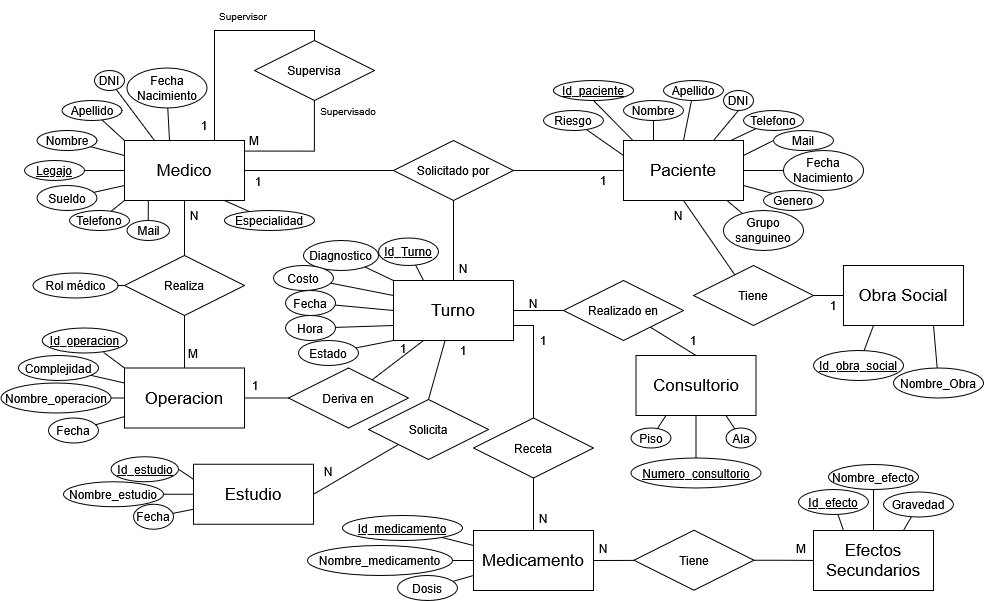
This is DER.png from agustinlp5/BBDDtpG10, a draw.io export, as it was before one commit. Source tidied: cells renumbered, new cells last; positions are measured from the earlier drawing's top-left corner, leaving out a move shared by most shapes.
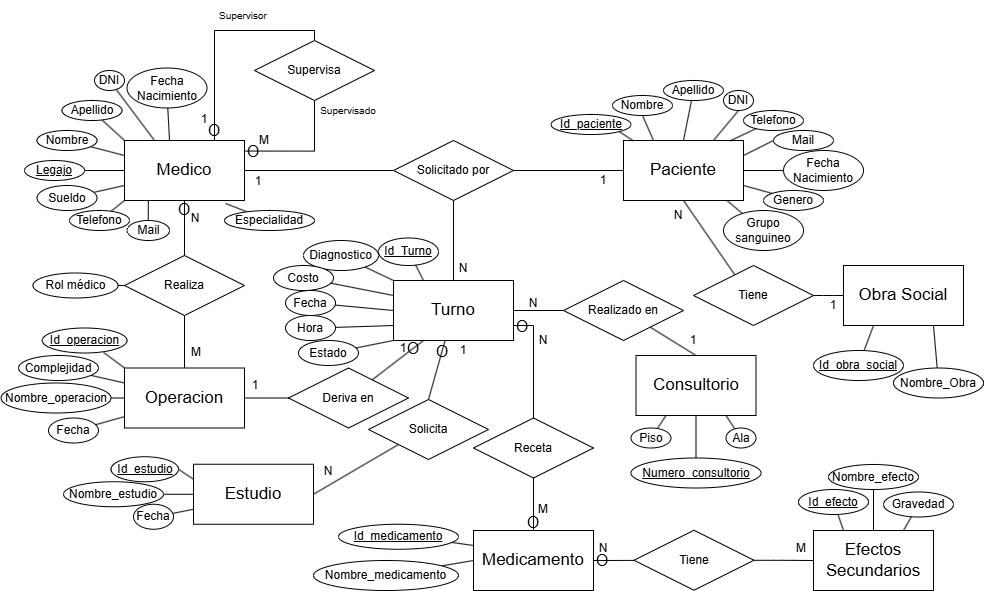
Later version of the same file.

Commit message:
Opcionalidad y actualizacion DER

What changed in the source:
```diff
@@ -104,16 +104,16 @@
       <mxGeometry x="562" y="280" width="120" height="60" as="geometry" />
     </mxCell>
     <mxCell id="34" value="&lt;u&gt;Id_paciente&lt;/u&gt;" style="ellipse;whiteSpace=wrap;html=1;" parent="1" vertex="1">
-      <mxGeometry x="552" y="80" width="80" height="20" as="geometry" />
+      <mxGeometry x="549.5" y="114" width="80" height="20" as="geometry" />
     </mxCell>
-    <mxCell id="35" style="jettySize=auto;html=1;entryX=0.08;entryY=0.003;entryDx=0;entryDy=0;entryPerimeter=0;endArrow=none;endFill=0;exitX=0.5;exitY=1;exitDx=0;exitDy=0;" parent="1" edge="1" source="34" target="12">
+    <mxCell id="35" style="jettySize=auto;html=1;entryX=0.08;entryY=0.003;entryDx=0;entryDy=0;entryPerimeter=0;endArrow=none;endFill=0;exitX=1;exitY=1;exitDx=0;exitDy=0;" parent="1" edge="1" source="34" target="12">
       <mxGeometry relative="1" as="geometry" />
     </mxCell>
     <mxCell id="36" style="jettySize=auto;html=1;entryX=0.25;entryY=0;entryDx=0;entryDy=0;endArrow=none;endFill=0;exitX=0.5;exitY=1;exitDx=0;exitDy=0;" parent="1" edge="1" source="37" target="12">
       <mxGeometry relative="1" as="geometry" />
     </mxCell>
     <mxCell id="37" value="Nombre" style="ellipse;whiteSpace=wrap;html=1;" parent="1" vertex="1">
-      <mxGeometry x="622" y="100" width="60" height="20" as="geometry" />
+      <mxGeometry x="611" y="95" width="60" height="20" as="geometry" />
     </mxCell>
     <mxCell id="38" value="Apellido" style="ellipse;whiteSpace=wrap;html=1;" parent="1" vertex="1">
       <mxGeometry x="662" y="80" width="60" height="20" as="geometry" />
@@ -194,14 +194,8 @@
       <mxGeometry relative="1" as="geometry" />
     </mxCell>
     <mxCell id="64" value="Nombre_medicamento" style="ellipse;whiteSpace=wrap;html=1;" parent="1" vertex="1">
-      <mxGeometry x="306" y="545" width="145" height="30" as="geometry" />
+      <mxGeometry x="312" y="560" width="145" height="30" as="geometry" />
     </mxCell>
-    <mxCell id="65" style="jettySize=auto;html=1;entryX=0;entryY=0.75;entryDx=0;entryDy=0;endArrow=none;endFill=0;" parent="1" edge="1" source="66" target="26">
-      <mxGeometry relative="1" as="geometry" />
-    </mxCell>
-    <mxCell id="66" value="Dosis" style="ellipse;whiteSpace=wrap;html=1;" parent="1" vertex="1">
-      <mxGeometry x="396" y="575" width="60" height="25" as="geometry" />
-    </mxCell>
     <mxCell id="67" style="jettySize=auto;html=1;endArrow=none;endFill=0;entryX=0;entryY=0.25;entryDx=0;entryDy=0;exitX=1;exitY=0.5;exitDx=0;exitDy=0;" parent="1" edge="1" source="138" target="24">
       <mxGeometry relative="1" as="geometry" />
     </mxCell>
@@ -280,12 +274,6 @@
     <mxCell id="92" value="Grupo sanguineo" style="ellipse;whiteSpace=wrap;html=1;" parent="1" vertex="1">
       <mxGeometry x="722" y="210" width="80" height="40" as="geometry" />
     </mxCell>
-    <mxCell id="93" style="rounded=0;jettySize=auto;html=1;entryX=0;entryY=0.25;entryDx=0;entryDy=0;endArrow=none;endFill=0;" parent="1" edge="1" source="94" target="12">
-      <mxGeometry relative="1" as="geometry" />
-    </mxCell>
-    <mxCell id="94" value="Riesgo" style="ellipse;whiteSpace=wrap;html=1;" parent="1" vertex="1">
-      <mxGeometry x="542" y="110" width="60" height="20" as="geometry" />
-    </mxCell>
     <mxCell id="95" style="rounded=0;jettySize=auto;html=1;entryX=0.865;entryY=1.005;entryDx=0;entryDy=0;entryPerimeter=0;endArrow=none;endFill=0;" parent="1" edge="1" source="92" target="12">
       <mxGeometry relative="1" as="geometry" />
     </mxCell>
@@ -314,10 +302,10 @@
       <mxGeometry x="647" y="200" width="60" height="30" as="geometry" />
     </mxCell>
     <mxCell id="104" value="N" style="text;html=1;whiteSpace=wrap;strokeColor=none;fillColor=none;align=center;verticalAlign=middle;rounded=0;" parent="1" vertex="1">
-      <mxGeometry x="163" y="200" width="60" height="30" as="geometry" />
+      <mxGeometry x="164" y="203" width="60" height="30" as="geometry" />
     </mxCell>
     <mxCell id="105" value="M" style="text;html=1;whiteSpace=wrap;strokeColor=none;fillColor=none;align=center;verticalAlign=middle;rounded=0;" parent="1" vertex="1">
-      <mxGeometry x="162" y="337.5" width="60" height="30" as="geometry" />
+      <mxGeometry x="165" y="336.5" width="60" height="30" as="geometry" />
     </mxCell>
     <mxCell id="106" value="M" style="text;html=1;whiteSpace=wrap;strokeColor=none;fillColor=none;align=center;verticalAlign=middle;rounded=0;" parent="1" vertex="1">
       <mxGeometry x="770" y="532.5" width="60" height="30" as="geometry" />
@@ -377,10 +365,10 @@
       <mxGeometry x="317" y="95" width="60" height="30" as="geometry" />
     </mxCell>
     <mxCell id="125" value="1" style="text;html=1;whiteSpace=wrap;strokeColor=none;fillColor=none;align=center;verticalAlign=middle;rounded=0;" parent="1" vertex="1">
-      <mxGeometry x="173" y="110" width="60" height="30" as="geometry" />
+      <mxGeometry x="173" y="104" width="60" height="30" as="geometry" />
     </mxCell>
     <mxCell id="126" value="M" style="text;html=1;whiteSpace=wrap;strokeColor=none;fillColor=none;align=center;verticalAlign=middle;rounded=0;" parent="1" vertex="1">
-      <mxGeometry x="223" y="125" width="60" height="30" as="geometry" />
+      <mxGeometry x="233" y="125" width="60" height="30" as="geometry" />
     </mxCell>
     <mxCell id="127" style="edgeStyle=orthogonalEdgeStyle;rounded=0;jettySize=auto;html=1;exitX=0.5;exitY=1;exitDx=0;exitDy=0;entryX=1.001;entryY=0.176;entryDx=0;entryDy=0;entryPerimeter=0;endArrow=none;endFill=0;" parent="1" edge="1" source="121" target="4">
       <mxGeometry relative="1" as="geometry" />
@@ -412,7 +400,7 @@
       <mxGeometry relative="1" as="geometry" />
     </mxCell>
     <mxCell id="136" value="&lt;u&gt;Id_medicamento&lt;/u&gt;" style="ellipse;whiteSpace=wrap;html=1;" parent="1" vertex="1">
-      <mxGeometry x="341" y="515" width="120" height="25" as="geometry" />
+      <mxGeometry x="337" y="523.8" width="120" height="25" as="geometry" />
     </mxCell>
     <mxCell id="137" style="edgeStyle=orthogonalEdgeStyle;rounded=0;jettySize=auto;html=1;entryX=0.5;entryY=1;entryDx=0;entryDy=0;endArrow=none;endFill=0;" parent="1" edge="1" source="27" target="62">
       <mxGeometry relative="1" as="geometry" />
@@ -432,11 +420,11 @@
     <mxCell id="142" value="N" style="text;html=1;whiteSpace=wrap;strokeColor=none;fillColor=none;align=center;verticalAlign=middle;rounded=0;" parent="1" vertex="1">
       <mxGeometry x="297" y="456.2" width="60" height="30" as="geometry" />
     </mxCell>
-    <mxCell id="143" value="1" style="text;html=1;whiteSpace=wrap;strokeColor=none;fillColor=none;align=center;verticalAlign=middle;rounded=0;" parent="1" vertex="1">
+    <mxCell id="143" value="N" style="text;html=1;whiteSpace=wrap;strokeColor=none;fillColor=none;align=center;verticalAlign=middle;rounded=0;" parent="1" vertex="1">
       <mxGeometry x="512" y="325" width="60" height="30" as="geometry" />
     </mxCell>
-    <mxCell id="144" value="N" style="text;html=1;whiteSpace=wrap;strokeColor=none;fillColor=none;align=center;verticalAlign=middle;rounded=0;" parent="1" vertex="1">
-      <mxGeometry x="512" y="502.5" width="60" height="30" as="geometry" />
+    <mxCell id="144" value="M" style="text;html=1;whiteSpace=wrap;strokeColor=none;fillColor=none;align=center;verticalAlign=middle;rounded=0;" parent="1" vertex="1">
+      <mxGeometry x="512" y="493.8" width="60" height="30" as="geometry" />
     </mxCell>
     <mxCell id="145" style="rounded=0;jettySize=auto;html=1;exitX=0.724;exitY=0.977;exitDx=0;exitDy=0;entryX=0;entryY=0;entryDx=0;entryDy=0;endArrow=none;endFill=0;exitPerimeter=0;" parent="1" edge="1" source="146" target="20">
       <mxGeometry relative="1" as="geometry" />
@@ -450,5 +438,29 @@
     <mxCell id="148" value="1" style="text;html=1;whiteSpace=wrap;strokeColor=none;fillColor=none;align=center;verticalAlign=middle;rounded=0;" parent="1" vertex="1">
       <mxGeometry x="227" y="166" width="60" height="30" as="geometry" />
     </mxCell>
+    <mxCell id="149" value="&lt;font style=&quot;font-size: 16px;&quot;&gt;O&lt;/font&gt;" style="text;html=1;whiteSpace=wrap;strokeColor=none;fillColor=none;align=center;verticalAlign=middle;rounded=0;" parent="1" vertex="1">
+      <mxGeometry x="511" y="316" width="20" height="20" as="geometry" />
+    </mxCell>
+    <mxCell id="150" value="&lt;font style=&quot;font-size: 16px;&quot;&gt;O&lt;/font&gt;" style="text;html=1;whiteSpace=wrap;strokeColor=none;fillColor=none;align=center;verticalAlign=middle;rounded=0;" parent="1" vertex="1">
+      <mxGeometry x="522" y="512.2" width="20" height="20" as="geometry" />
+    </mxCell>
+    <mxCell id="151" value="&lt;font style=&quot;font-size: 16px;&quot;&gt;O&lt;/font&gt;" style="text;html=1;whiteSpace=wrap;strokeColor=none;fillColor=none;align=center;verticalAlign=middle;rounded=0;" parent="1" vertex="1">
+      <mxGeometry x="591" y="549.8" width="20" height="20" as="geometry" />
+    </mxCell>
+    <mxCell id="152" value="&lt;font style=&quot;font-size: 16px;&quot;&gt;O&lt;/font&gt;" style="text;html=1;whiteSpace=wrap;strokeColor=none;fillColor=none;align=center;verticalAlign=middle;rounded=0;" parent="1" vertex="1">
+      <mxGeometry x="431" y="341" width="20" height="20" as="geometry" />
+    </mxCell>
+    <mxCell id="153" value="&lt;font style=&quot;font-size: 16px;&quot;&gt;O&lt;/font&gt;" style="text;html=1;whiteSpace=wrap;strokeColor=none;fillColor=none;align=center;verticalAlign=middle;rounded=0;" parent="1" vertex="1">
+      <mxGeometry x="402" y="337.5" width="20" height="20" as="geometry" />
+    </mxCell>
+    <mxCell id="154" value="&lt;font style=&quot;font-size: 16px;&quot;&gt;O&lt;/font&gt;" style="text;html=1;whiteSpace=wrap;strokeColor=none;fillColor=none;align=center;verticalAlign=middle;rounded=0;" parent="1" vertex="1">
+      <mxGeometry x="173" y="199" width="20" height="20" as="geometry" />
+    </mxCell>
+    <mxCell id="155" value="&lt;font style=&quot;font-size: 16px;&quot;&gt;O&lt;/font&gt;" style="text;html=1;whiteSpace=wrap;strokeColor=none;fillColor=none;align=center;verticalAlign=middle;rounded=0;" parent="1" vertex="1">
+      <mxGeometry x="242" y="141" width="20" height="20" as="geometry" />
+    </mxCell>
+    <mxCell id="156" value="&lt;font style=&quot;font-size: 16px;&quot;&gt;O&lt;/font&gt;" style="text;html=1;whiteSpace=wrap;strokeColor=none;fillColor=none;align=center;verticalAlign=middle;rounded=0;" parent="1" vertex="1">
+      <mxGeometry x="203" y="120" width="20" height="20" as="geometry" />
+    </mxCell>
   </root>
 </mxGraphModel>
```
